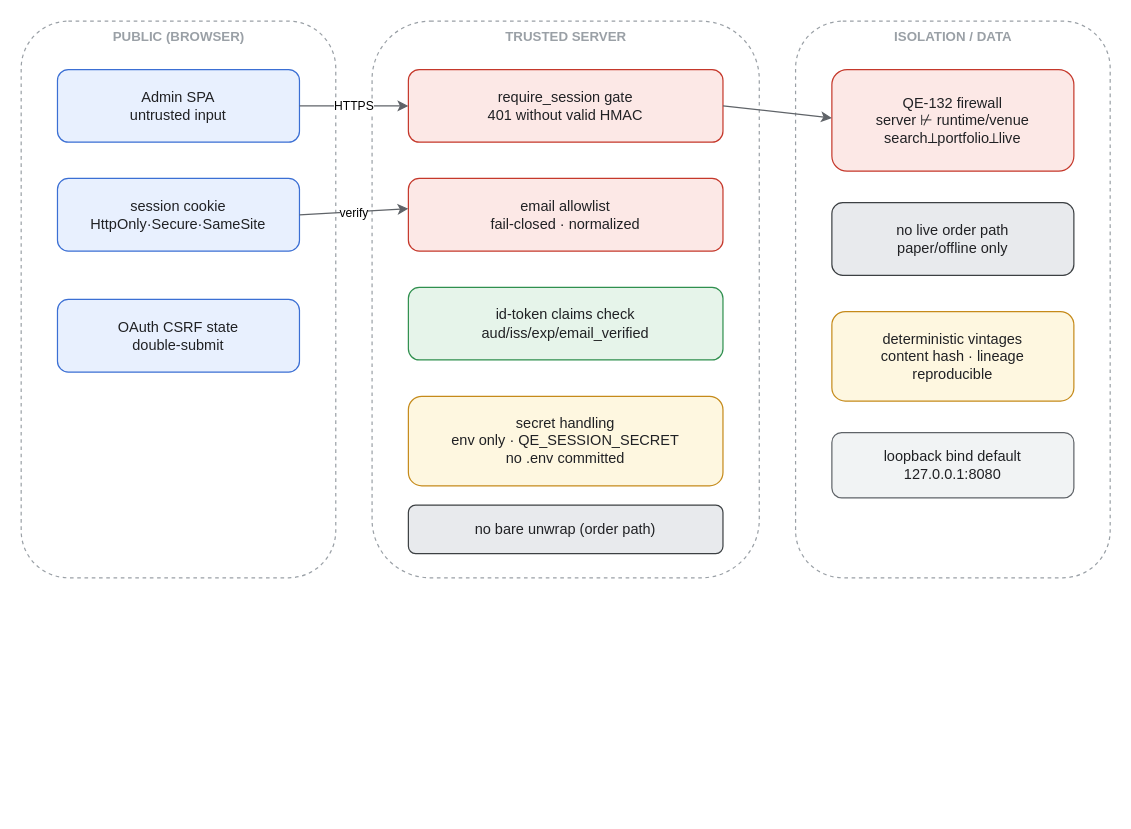
Before: docs/architecture/diagrams/12-security-boundaries.drawio in aoimasu/quant-engine, a draw.io diagram. Source tidied: cells renumbered, new cells numbered last; positions are measured from the earlier drawing's top-left corner, leaving out a move shared by most shapes. Both pictures are drawn from the tidied source at 121%, with x=0, y=0 at pixel (21, 21).
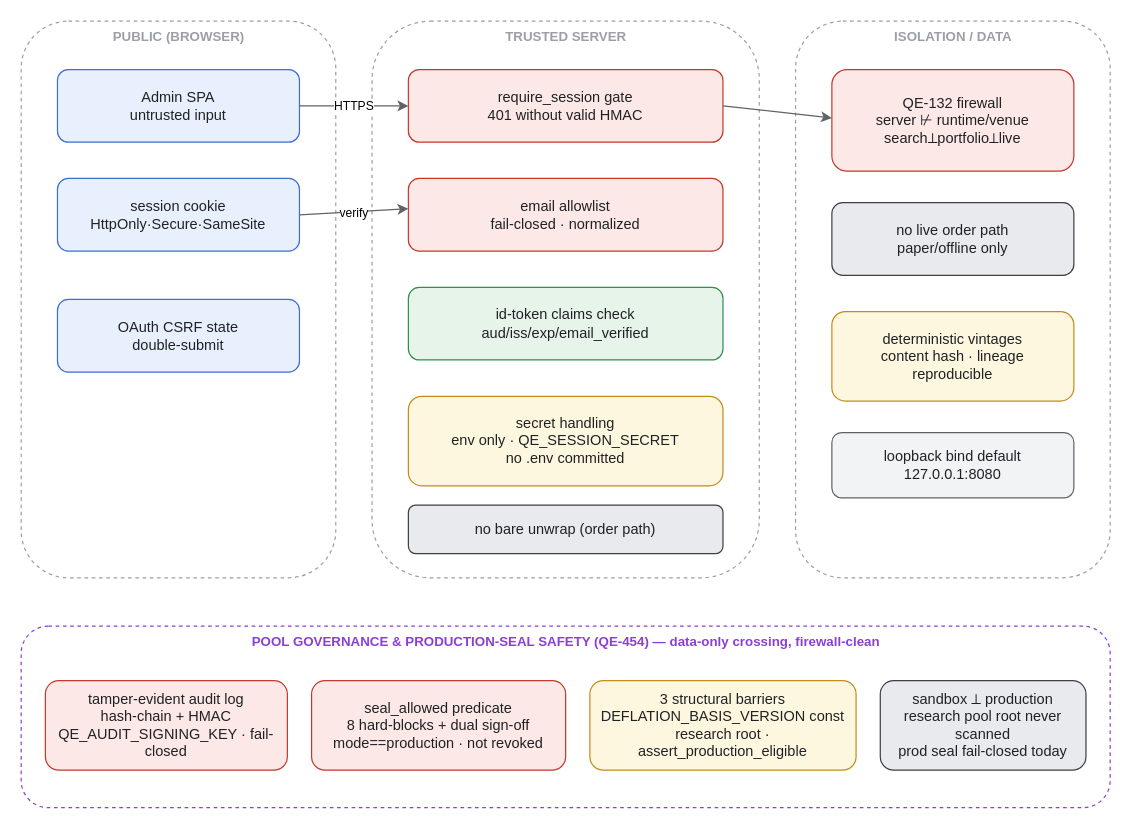
The same diagram, later.

Change to the diagram source:
```diff
@@
+    <mxCell id="20" value="POOL GOVERNANCE &amp; PRODUCTION-SEAL SAFETY (QE-454) — data-only crossing, firewall-clean" style="rounded=1;dashed=1;html=1;fillColor=none;strokeColor=#8b3fd4;verticalAlign=top;fontColor=#8b3fd4;fontStyle=1;fontSize=11;" parent="1" vertex="1">
+      <mxGeometry y="500" width="900" height="150" as="geometry" />
+    </mxCell>
+    <mxCell id="21" value="tamper-evident audit log&#10;hash-chain + HMAC&#10;QE_AUDIT_SIGNING_KEY · fail-closed" style="rounded=1;whiteSpace=wrap;html=1;fillColor=#fce8e6;strokeColor=#c5382b;fontColor=#202124;fontFamily=Helvetica;fontSize=12;" parent="1" vertex="1">
+      <mxGeometry x="20" y="545" width="200" height="74" as="geometry" />
+    </mxCell>
+    <mxCell id="22" value="seal_allowed predicate&#10;8 hard-blocks + dual sign-off&#10;mode==production · not revoked" style="rounded=1;whiteSpace=wrap;html=1;fillColor=#fce8e6;strokeColor=#c5382b;fontColor=#202124;fontFamily=Helvetica;fontSize=12;" parent="1" vertex="1">
+      <mxGeometry x="240" y="545" width="210" height="74" as="geometry" />
+    </mxCell>
+    <mxCell id="23" value="3 structural barriers&#10;DEFLATION_BASIS_VERSION const&#10;research root · assert_production_eligible" style="rounded=1;whiteSpace=wrap;html=1;fillColor=#fef7e0;strokeColor=#c58a1a;fontColor=#202124;fontFamily=Helvetica;fontSize=12;" parent="1" vertex="1">
+      <mxGeometry x="470" y="545" width="220" height="74" as="geometry" />
+    </mxCell>
+    <mxCell id="24" value="sandbox ⟂ production&#10;research pool root never scanned&#10;prod seal fail-closed today" style="rounded=1;whiteSpace=wrap;html=1;fillColor=#e8eaed;strokeColor=#3c4043;fontColor=#202124;fontFamily=Helvetica;fontSize=12;" parent="1" vertex="1">
+      <mxGeometry x="710" y="545" width="170" height="74" as="geometry" />
+    </mxCell>
```
